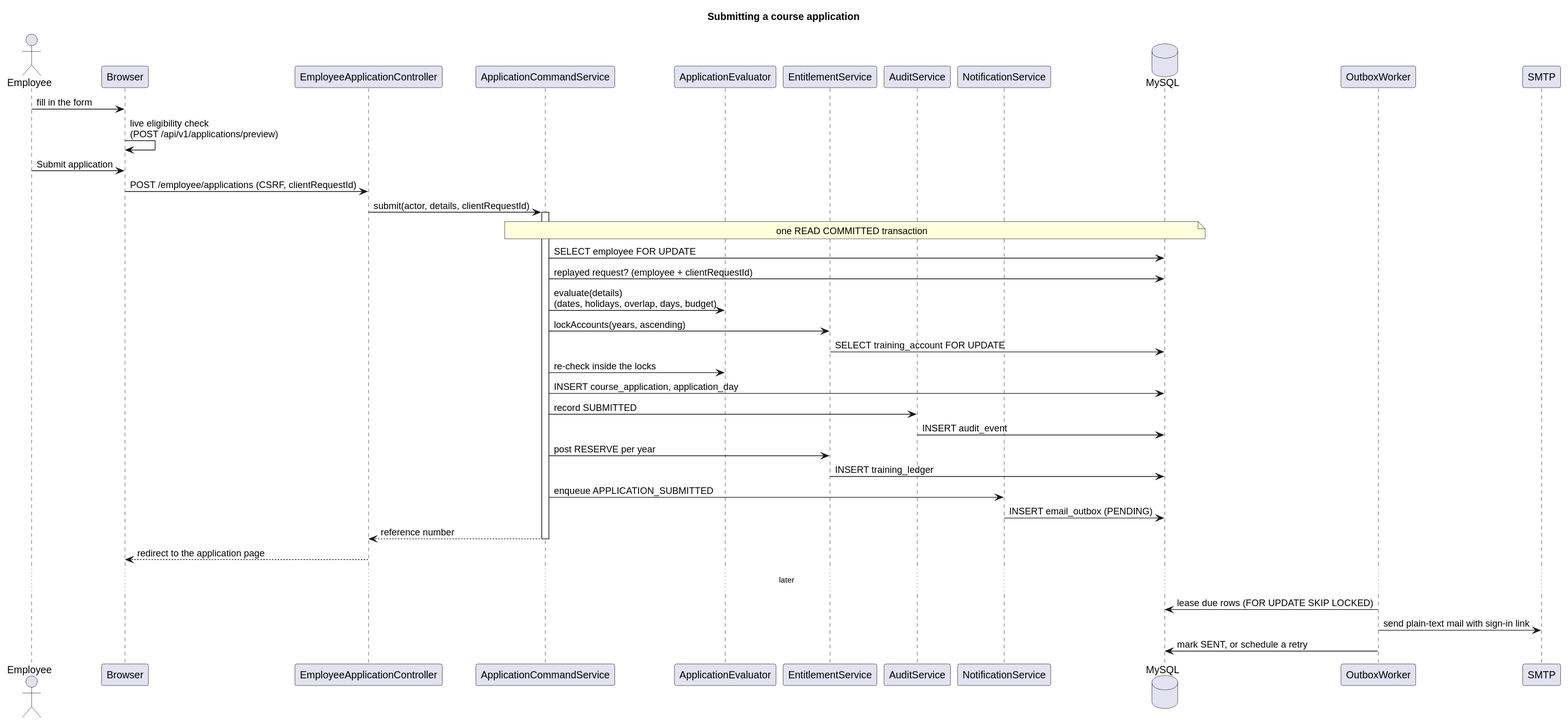
Earlier version of the PlantUML export docs/diagrams/svg/submit-sequence.svg (narmi924/Uptrail).
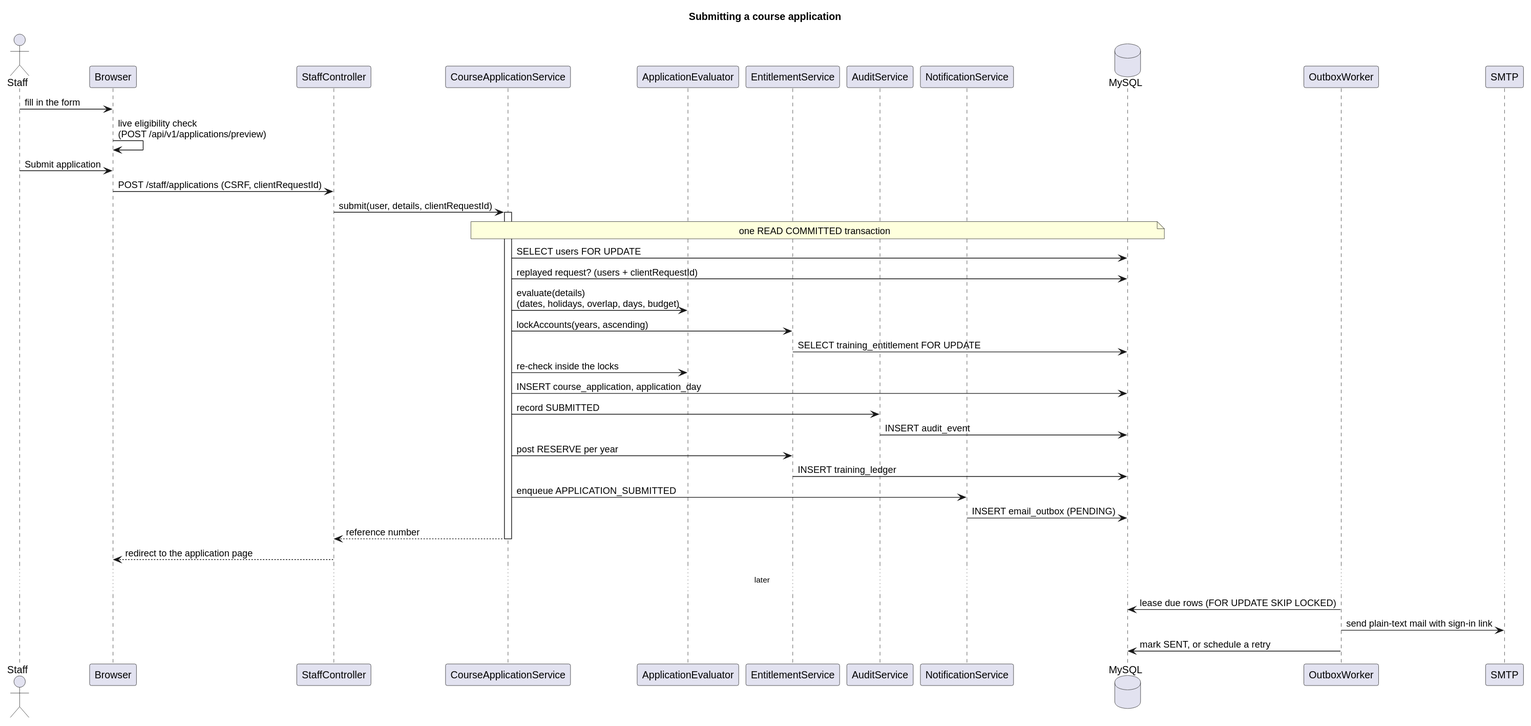
The same file after the commit.

Change to the diagram source:
```diff
@@ -3,10 +3,10 @@
 skinparam shadowing false
 skinparam defaultFontName Arial
 
-actor Employee
+actor Staff
 participant "Browser" as B
-participant "EmployeeApplicationController" as C
-participant "ApplicationCommandService" as S
+participant "StaffController" as C
+participant "CourseApplicationService" as S
 participant "ApplicationEvaluator" as E
 participant "EntitlementService" as L
 participant "AuditService" as A
@@ -15,18 +15,18 @@
 participant "OutboxWorker" as W
 participant "SMTP" as M
 
-Employee -> B : fill in the form
+Staff -> B : fill in the form
 B -> B : live eligibility check\n(POST /api/v1/applications/preview)
-Employee -> B : Submit application
-B -> C : POST /employee/applications (CSRF, clientRequestId)
-C -> S : submit(actor, details, clientRequestId)
+Staff -> B : Submit application
+B -> C : POST /staff/applications (CSRF, clientRequestId)
+C -> S : submit(user, details, clientRequestId)
 activate S
 note over S, DB : one READ COMMITTED transaction
-S -> DB : SELECT employee FOR UPDATE
-S -> DB : replayed request? (employee + clientRequestId)
+S -> DB : SELECT users FOR UPDATE
+S -> DB : replayed request? (users + clientRequestId)
 S -> E : evaluate(details)\n(dates, holidays, overlap, days, budget)
 S -> L : lockAccounts(years, ascending)
-L -> DB : SELECT training_account FOR UPDATE
+L -> DB : SELECT training_entitlement FOR UPDATE
 S -> E : re-check inside the locks
 S -> DB : INSERT course_application, application_day
 S -> A : record SUBMITTED
```
